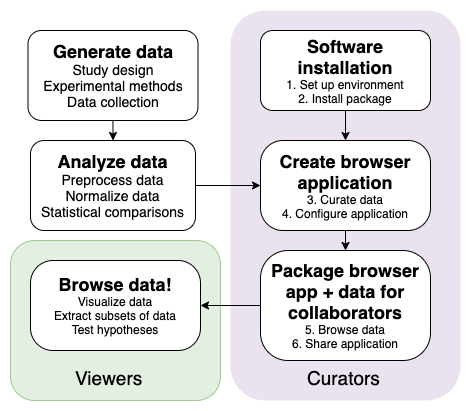
ndcn/omicser keeps this draw.io diagram as man/figures/README-omicser-overview.png. Above is the earlier version. Source tidied: cells renumbered, new cells last; positions are measured from the earlier drawing's top-left corner, leaving out a move shared by most shapes. Source of this version:
```xml
<mxGraphModel>
  <root>
    <mxCell id="0" />
    <mxCell id="1" parent="0" />
    <mxCell id="2" style="rounded=1;whiteSpace=wrap;html=1;fillColor=#d5e8d4;strokeColor=#82b366;opacity=70;" parent="1" vertex="1">
      <mxGeometry y="230" width="210" height="160" as="geometry" />
    </mxCell>
    <mxCell id="3" style="rounded=1;whiteSpace=wrap;html=1;fillColor=#e1d5e7;strokeColor=none;opacity=70;" parent="1" vertex="1">
      <mxGeometry x="220" width="230" height="390" as="geometry" />
    </mxCell>
    <mxCell id="4" style="edgeStyle=none;rounded=0;jettySize=auto;html=1;exitX=0.5;exitY=1;exitDx=0;exitDy=0;entryX=0.5;entryY=0;entryDx=0;entryDy=0;" parent="1" edge="1" source="5" target="7">
      <mxGeometry relative="1" as="geometry" />
    </mxCell>
    <mxCell id="5" value="&lt;font style=&quot;font-size: 18px&quot;&gt;&lt;b&gt;Generate data&lt;br&gt;&lt;/b&gt;&lt;div style=&quot;font-size: 12px&quot;&gt;&lt;span style=&quot;font-size: 14px&quot;&gt;Study design&lt;/span&gt;&lt;/div&gt;&lt;font style=&quot;font-size: 14px&quot;&gt;&lt;div&gt;Experimental methods&lt;/div&gt;&lt;div&gt;Data collection&lt;/div&gt;&lt;/font&gt;&lt;/font&gt;" style="rounded=1;whiteSpace=wrap;html=1;align=center;" parent="1" vertex="1">
      <mxGeometry x="17.5" y="20" width="170" height="90" as="geometry" />
    </mxCell>
    <mxCell id="6" style="edgeStyle=none;rounded=0;jettySize=auto;html=1;exitX=1;exitY=0.5;exitDx=0;exitDy=0;" parent="1" edge="1" source="7" target="11">
      <mxGeometry relative="1" as="geometry" />
    </mxCell>
    <mxCell id="7" value="&lt;font style=&quot;font-size: 18px&quot;&gt;&lt;b&gt;Analyze data&lt;br&gt;&lt;/b&gt;&lt;font style=&quot;text-align: left ; font-size: 14px&quot;&gt;&lt;div style=&quot;text-align: center ; font-size: 12px&quot;&gt;&lt;span style=&quot;font-size: 14px&quot;&gt;Preprocess data&lt;/span&gt;&lt;/div&gt;&lt;font style=&quot;text-align: center&quot;&gt;&lt;div&gt;Normalize data&lt;/div&gt;&lt;/font&gt;&lt;/font&gt;&lt;div style=&quot;font-size: 12px ; text-align: left&quot;&gt;&lt;font style=&quot;font-size: 14px&quot;&gt;Statistical comparisons&lt;/font&gt;&lt;/div&gt;&lt;/font&gt;" style="rounded=1;whiteSpace=wrap;html=1;" parent="1" vertex="1">
      <mxGeometry x="20" y="130" width="165" height="90" as="geometry" />
    </mxCell>
    <mxCell id="8" style="edgeStyle=none;rounded=0;jettySize=auto;html=1;" parent="1" edge="1" source="9" target="11">
      <mxGeometry relative="1" as="geometry" />
    </mxCell>
    <mxCell id="9" value="&lt;span style=&quot;font-size: 18px&quot;&gt;&lt;b&gt;Software installation&lt;br&gt;&lt;/b&gt;&lt;/span&gt;1. Set up environment&lt;br&gt;2. Install package" style="rounded=1;whiteSpace=wrap;html=1;align=center;" parent="1" vertex="1">
      <mxGeometry x="250" y="20" width="170" height="80" as="geometry" />
    </mxCell>
    <mxCell id="10" style="edgeStyle=none;rounded=0;jettySize=auto;html=1;exitX=0.5;exitY=1;exitDx=0;exitDy=0;entryX=0.5;entryY=0;entryDx=0;entryDy=0;" parent="1" edge="1" source="11" target="13">
      <mxGeometry relative="1" as="geometry" />
    </mxCell>
    <mxCell id="11" value="&lt;span style=&quot;font-size: 18px&quot;&gt;&lt;b&gt;Create browser application&lt;br&gt;&lt;/b&gt;&lt;/span&gt;3. Curate data&lt;br&gt;4. Configure application" style="rounded=1;whiteSpace=wrap;html=1;align=center;arcSize=25;" parent="1" vertex="1">
      <mxGeometry x="250" y="130" width="170" height="90" as="geometry" />
    </mxCell>
    <mxCell id="12" style="edgeStyle=none;rounded=0;jettySize=auto;html=1;exitX=0;exitY=0.5;exitDx=0;exitDy=0;" parent="1" edge="1" source="13" target="14">
      <mxGeometry relative="1" as="geometry" />
    </mxCell>
    <mxCell id="13" value="&lt;span style=&quot;font-size: 18px&quot;&gt;&lt;b&gt;Package browser app + data for collaborators&lt;br&gt;&lt;/b&gt;&lt;/span&gt;5. Browse data&lt;br&gt;6. Share application" style="rounded=1;whiteSpace=wrap;html=1;align=center;arcSize=25;" parent="1" vertex="1">
      <mxGeometry x="250" y="240" width="170" height="110" as="geometry" />
    </mxCell>
    <mxCell id="14" value="&lt;span style=&quot;font-size: 18px&quot;&gt;&lt;b&gt;Browse data!&lt;br&gt;&lt;/b&gt;&lt;/span&gt;Visualize data&lt;br&gt;Extract subsets of data&lt;br&gt;Test hypotheses" style="rounded=1;whiteSpace=wrap;html=1;align=center;arcSize=25;" parent="1" vertex="1">
      <mxGeometry x="20" y="250" width="170" height="90" as="geometry" />
    </mxCell>
    <mxCell id="15" value="&lt;span style=&quot;font-size: 19px&quot;&gt;Viewers&lt;/span&gt;" style="text;whiteSpace=wrap;html=1;" parent="1" vertex="1">
      <mxGeometry x="62.5" y="350" width="80" height="30" as="geometry" />
    </mxCell>
    <mxCell id="16" value="Curators" style="text;whiteSpace=wrap;fontSize=19;" parent="1" vertex="1">
      <mxGeometry x="295" y="350" width="80" height="30" as="geometry" />
    </mxCell>
  </root>
</mxGraphModel>
```
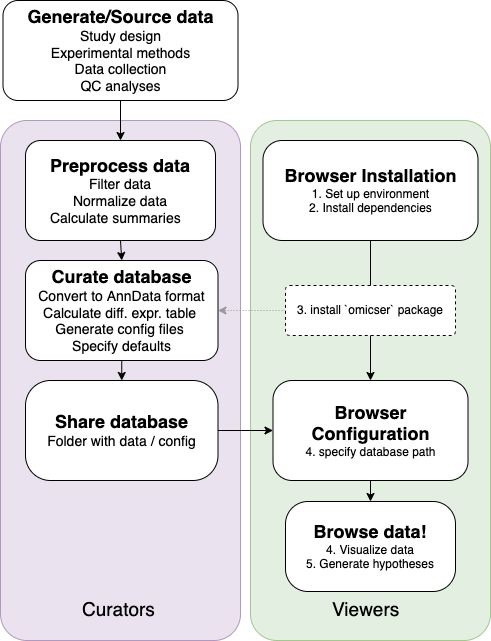
After the commit.

The edit, as a diff of the source:
```diff
@@ -2,50 +2,62 @@
   <root>
     <mxCell id="0" />
     <mxCell id="1" parent="0" />
-    <mxCell id="2" style="rounded=1;whiteSpace=wrap;html=1;fillColor=#d5e8d4;strokeColor=#82b366;opacity=70;" parent="1" vertex="1">
-      <mxGeometry y="230" width="210" height="160" as="geometry" />
+    <mxCell id="2" style="rounded=1;whiteSpace=wrap;html=1;fillColor=#d5e8d4;strokeColor=#82b366;opacity=70;arcSize=11;" parent="1" vertex="1">
+      <mxGeometry x="330" y="70" width="240" height="520" as="geometry" />
     </mxCell>
-    <mxCell id="3" style="rounded=1;whiteSpace=wrap;html=1;fillColor=#e1d5e7;strokeColor=none;opacity=70;" parent="1" vertex="1">
-      <mxGeometry x="220" width="230" height="390" as="geometry" />
+    <mxCell id="3" style="rounded=1;whiteSpace=wrap;html=1;fillColor=#e1d5e7;strokeColor=#9673a6;opacity=70;arcSize=11;imageWidth=24;imageHeight=24;" parent="1" vertex="1">
+      <mxGeometry x="80" y="70" width="240" height="520" as="geometry" />
     </mxCell>
     <mxCell id="4" style="edgeStyle=none;rounded=0;jettySize=auto;html=1;exitX=0.5;exitY=1;exitDx=0;exitDy=0;entryX=0.5;entryY=0;entryDx=0;entryDy=0;" parent="1" edge="1" source="5" target="7">
       <mxGeometry relative="1" as="geometry" />
     </mxCell>
-    <mxCell id="5" value="&lt;font style=&quot;font-size: 18px&quot;&gt;&lt;b&gt;Generate data&lt;br&gt;&lt;/b&gt;&lt;div style=&quot;font-size: 12px&quot;&gt;&lt;span style=&quot;font-size: 14px&quot;&gt;Study design&lt;/span&gt;&lt;/div&gt;&lt;font style=&quot;font-size: 14px&quot;&gt;&lt;div&gt;Experimental methods&lt;/div&gt;&lt;div&gt;Data collection&lt;/div&gt;&lt;/font&gt;&lt;/font&gt;" style="rounded=1;whiteSpace=wrap;html=1;align=center;" parent="1" vertex="1">
-      <mxGeometry x="17.5" y="20" width="170" height="90" as="geometry" />
+    <mxCell id="5" value="&lt;font style=&quot;font-size: 18px&quot;&gt;&lt;b&gt;Generate/Source data&lt;br&gt;&lt;/b&gt;&lt;div style=&quot;font-size: 12px&quot;&gt;&lt;span style=&quot;font-size: 14px&quot;&gt;Study design&lt;/span&gt;&lt;/div&gt;&lt;font style=&quot;font-size: 14px&quot;&gt;&lt;div&gt;Experimental methods&lt;/div&gt;&lt;div&gt;Data collection&lt;/div&gt;&lt;div&gt;QC analyses&lt;/div&gt;&lt;/font&gt;&lt;/font&gt;" style="rounded=1;whiteSpace=wrap;html=1;align=center;" parent="1" vertex="1">
+      <mxGeometry x="82.5" y="-50" width="235" height="100" as="geometry" />
     </mxCell>
-    <mxCell id="6" style="edgeStyle=none;rounded=0;jettySize=auto;html=1;exitX=1;exitY=0.5;exitDx=0;exitDy=0;" parent="1" edge="1" source="7" target="11">
+    <mxCell id="6" style="edgeStyle=none;rounded=0;jettySize=auto;html=1;exitX=0.5;exitY=1;exitDx=0;exitDy=0;entryX=0.5;entryY=0;entryDx=0;entryDy=0;" parent="1" edge="1" source="17" target="13">
       <mxGeometry relative="1" as="geometry" />
     </mxCell>
-    <mxCell id="7" value="&lt;font style=&quot;font-size: 18px&quot;&gt;&lt;b&gt;Analyze data&lt;br&gt;&lt;/b&gt;&lt;font style=&quot;text-align: left ; font-size: 14px&quot;&gt;&lt;div style=&quot;text-align: center ; font-size: 12px&quot;&gt;&lt;span style=&quot;font-size: 14px&quot;&gt;Preprocess data&lt;/span&gt;&lt;/div&gt;&lt;font style=&quot;text-align: center&quot;&gt;&lt;div&gt;Normalize data&lt;/div&gt;&lt;/font&gt;&lt;/font&gt;&lt;div style=&quot;font-size: 12px ; text-align: left&quot;&gt;&lt;font style=&quot;font-size: 14px&quot;&gt;Statistical comparisons&lt;/font&gt;&lt;/div&gt;&lt;/font&gt;" style="rounded=1;whiteSpace=wrap;html=1;" parent="1" vertex="1">
-      <mxGeometry x="20" y="130" width="165" height="90" as="geometry" />
+    <mxCell id="7" value="&lt;font style=&quot;font-size: 18px&quot;&gt;&lt;b&gt;Preprocess data&lt;br&gt;&lt;/b&gt;&lt;font style=&quot;text-align: left ; font-size: 14px&quot;&gt;&lt;div style=&quot;text-align: center ; font-size: 12px&quot;&gt;&lt;span style=&quot;font-size: 14px&quot;&gt;Filter data&lt;/span&gt;&lt;/div&gt;&lt;font style=&quot;text-align: center&quot;&gt;&lt;div&gt;Normalize data&lt;/div&gt;&lt;/font&gt;&lt;/font&gt;&lt;div style=&quot;font-size: 12px ; text-align: left&quot;&gt;&lt;font style=&quot;font-size: 14px&quot;&gt;Calculate summaries&lt;/font&gt;&lt;/div&gt;&lt;/font&gt;" style="rounded=1;whiteSpace=wrap;html=1;" parent="1" vertex="1">
+      <mxGeometry x="105" y="90" width="190" height="100" as="geometry" />
     </mxCell>
-    <mxCell id="8" style="edgeStyle=none;rounded=0;jettySize=auto;html=1;" parent="1" edge="1" source="9" target="11">
+    <mxCell id="8" style="edgeStyle=none;rounded=0;jettySize=auto;html=1;entryX=0.5;entryY=0;entryDx=0;entryDy=0;exitX=0.5;exitY=1;exitDx=0;exitDy=0;" parent="1" edge="1" source="9" target="21">
       <mxGeometry relative="1" as="geometry" />
     </mxCell>
-    <mxCell id="9" value="&lt;span style=&quot;font-size: 18px&quot;&gt;&lt;b&gt;Software installation&lt;br&gt;&lt;/b&gt;&lt;/span&gt;1. Set up environment&lt;br&gt;2. Install package" style="rounded=1;whiteSpace=wrap;html=1;align=center;" parent="1" vertex="1">
-      <mxGeometry x="250" y="20" width="170" height="80" as="geometry" />
+    <mxCell id="9" value="&lt;span style=&quot;font-size: 18px&quot;&gt;&lt;b&gt;Browser Installation&lt;br&gt;&lt;/b&gt;&lt;/span&gt;1. Set up environment&lt;br&gt;2. Install dependencies&lt;br&gt;" style="rounded=1;whiteSpace=wrap;html=1;align=center;arcSize=19;" parent="1" vertex="1">
+      <mxGeometry x="342.5" y="90" width="215" height="100" as="geometry" />
     </mxCell>
-    <mxCell id="10" style="edgeStyle=none;rounded=0;jettySize=auto;html=1;exitX=0.5;exitY=1;exitDx=0;exitDy=0;entryX=0.5;entryY=0;entryDx=0;entryDy=0;" parent="1" edge="1" source="11" target="13">
-      <mxGeometry relative="1" as="geometry" />
-    </mxCell>
-    <mxCell id="11" value="&lt;span style=&quot;font-size: 18px&quot;&gt;&lt;b&gt;Create browser application&lt;br&gt;&lt;/b&gt;&lt;/span&gt;3. Curate data&lt;br&gt;4. Configure application" style="rounded=1;whiteSpace=wrap;html=1;align=center;arcSize=25;" parent="1" vertex="1">
-      <mxGeometry x="250" y="130" width="170" height="90" as="geometry" />
-    </mxCell>
-    <mxCell id="12" style="edgeStyle=none;rounded=0;jettySize=auto;html=1;exitX=0;exitY=0.5;exitDx=0;exitDy=0;" parent="1" edge="1" source="13" target="14">
-      <mxGeometry relative="1" as="geometry" />
-    </mxCell>
-    <mxCell id="13" value="&lt;span style=&quot;font-size: 18px&quot;&gt;&lt;b&gt;Package browser app + data for collaborators&lt;br&gt;&lt;/b&gt;&lt;/span&gt;5. Browse data&lt;br&gt;6. Share application" style="rounded=1;whiteSpace=wrap;html=1;align=center;arcSize=25;" parent="1" vertex="1">
-      <mxGeometry x="250" y="240" width="170" height="110" as="geometry" />
+    <mxCell id="13" value="&lt;span style=&quot;font-size: 18px&quot;&gt;&lt;b&gt;Share database&lt;br&gt;&lt;/b&gt;&lt;/span&gt;&lt;span style=&quot;font-size: 14px&quot;&gt;Folder with data / config&lt;/span&gt;" style="rounded=1;whiteSpace=wrap;html=1;align=center;arcSize=25;" parent="1" vertex="1">
+      <mxGeometry x="105" y="330" width="192.5" height="100" as="geometry" />
     </mxCell>
-    <mxCell id="14" value="&lt;span style=&quot;font-size: 18px&quot;&gt;&lt;b&gt;Browse data!&lt;br&gt;&lt;/b&gt;&lt;/span&gt;Visualize data&lt;br&gt;Extract subsets of data&lt;br&gt;Test hypotheses" style="rounded=1;whiteSpace=wrap;html=1;align=center;arcSize=25;" parent="1" vertex="1">
-      <mxGeometry x="20" y="250" width="170" height="90" as="geometry" />
+    <mxCell id="14" value="&lt;span style=&quot;font-size: 18px&quot;&gt;&lt;b&gt;Browse data!&lt;br&gt;&lt;/b&gt;&lt;/span&gt;4. Visualize data&lt;br&gt;5. Generate hypotheses" style="rounded=1;whiteSpace=wrap;html=1;align=center;arcSize=25;" parent="1" vertex="1">
+      <mxGeometry x="365" y="451" width="170" height="90" as="geometry" />
     </mxCell>
     <mxCell id="15" value="&lt;span style=&quot;font-size: 19px&quot;&gt;Viewers&lt;/span&gt;" style="text;whiteSpace=wrap;html=1;" parent="1" vertex="1">
-      <mxGeometry x="62.5" y="350" width="80" height="30" as="geometry" />
+      <mxGeometry x="410" y="541" width="80" height="30" as="geometry" />
     </mxCell>
     <mxCell id="16" value="Curators" style="text;whiteSpace=wrap;fontSize=19;" parent="1" vertex="1">
-      <mxGeometry x="295" y="350" width="80" height="30" as="geometry" />
+      <mxGeometry x="160" y="541" width="80" height="30" as="geometry" />
     </mxCell>
+    <mxCell id="17" value="&lt;font&gt;&lt;b style=&quot;font-size: 18px&quot;&gt;Curate database&lt;br&gt;&lt;/b&gt;&lt;font style=&quot;text-align: left&quot;&gt;&lt;div style=&quot;text-align: center ; font-size: 14px&quot;&gt;Convert to AnnData format&lt;/div&gt;&lt;div style=&quot;text-align: center ; font-size: 14px&quot;&gt;Calculate diff. expr. table&amp;nbsp;&lt;/div&gt;&lt;div style=&quot;text-align: center ; font-size: 14px&quot;&gt;Generate config files&amp;nbsp;&lt;/div&gt;&lt;div style=&quot;text-align: center ; font-size: 14px&quot;&gt;Specify defaults&lt;/div&gt;&lt;/font&gt;&lt;/font&gt;" style="rounded=1;whiteSpace=wrap;html=1;" parent="1" vertex="1">
+      <mxGeometry x="105" y="210" width="192.5" height="100" as="geometry" />
+    </mxCell>
+    <mxCell id="18" style="edgeStyle=none;rounded=0;jettySize=auto;html=1;exitX=0.5;exitY=1;exitDx=0;exitDy=0;entryX=0.5;entryY=0;entryDx=0;entryDy=0;" parent="1" edge="1" source="7" target="17">
+      <mxGeometry relative="1" as="geometry" />
+    </mxCell>
+    <mxCell id="19" style="edgeStyle=none;rounded=0;jettySize=auto;html=1;exitX=0.5;exitY=1;exitDx=0;exitDy=0;entryX=0.5;entryY=0;entryDx=0;entryDy=0;" parent="1" edge="1" source="21" target="14">
+      <mxGeometry relative="1" as="geometry" />
+    </mxCell>
+    <mxCell id="20" style="endArrow=classic;html=1;rounded=0;exitX=1;exitY=0.5;exitDx=0;exitDy=0;entryX=0;entryY=0.5;entryDx=0;entryDy=0;" parent="1" edge="1" source="13" target="21">
+      <mxGeometry relative="1" as="geometry" />
+    </mxCell>
+    <mxCell id="21" value="&lt;span style=&quot;font-size: 18px&quot;&gt;&lt;b&gt;Browser Configuration&lt;br&gt;&lt;/b&gt;&lt;/span&gt;4.&amp;nbsp;specify database path" style="rounded=1;whiteSpace=wrap;html=1;align=center;arcSize=19;" parent="1" vertex="1">
+      <mxGeometry x="352.5" y="330" width="195" height="100" as="geometry" />
+    </mxCell>
+    <mxCell id="22" style="edgeStyle=orthogonalEdgeStyle;rounded=0;jettySize=auto;html=1;dashed=1;dashPattern=1 2;strokeColor=#999999;" parent="1" edge="1" source="23" target="17">
+      <mxGeometry relative="1" as="geometry" />
+    </mxCell>
+    <mxCell id="23" value="&lt;span&gt;3. install `omicser` package&lt;/span&gt;" style="rounded=1;whiteSpace=wrap;html=1;dashed=1;arcSize=8;" parent="1" vertex="1">
+      <mxGeometry x="365" y="235" width="170" height="50" as="geometry" />
+    </mxCell>
   </root>
 </mxGraphModel>
```
